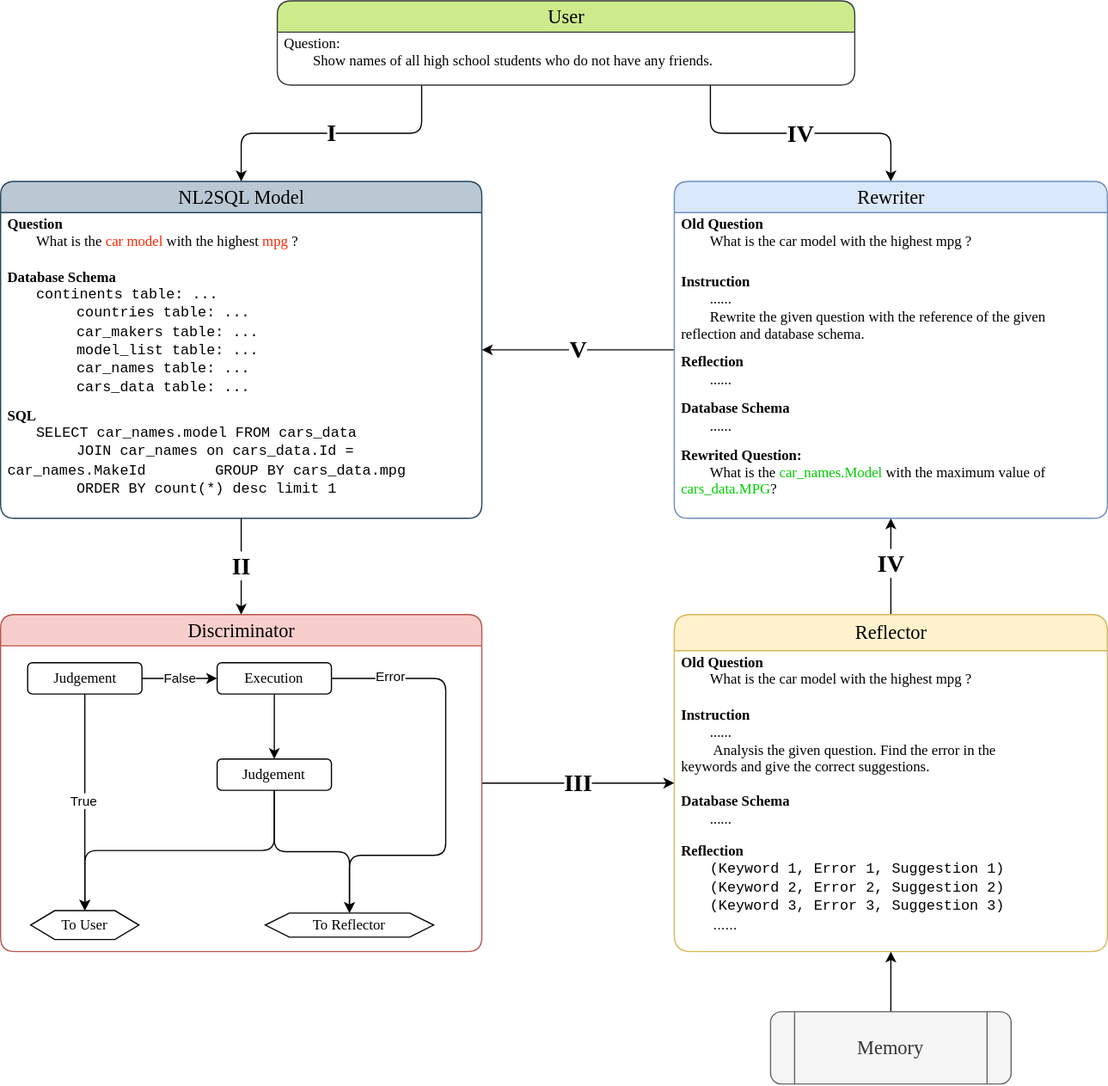
This is rewriter_agents_v240513.drawio.svg from MPX0222/Research-Design-Space, a draw.io export, as it was before one commit. Source tidied: cells renumbered, new cells last; positions are measured from the earlier drawing's top-left corner, leaving out a move shared by most shapes.
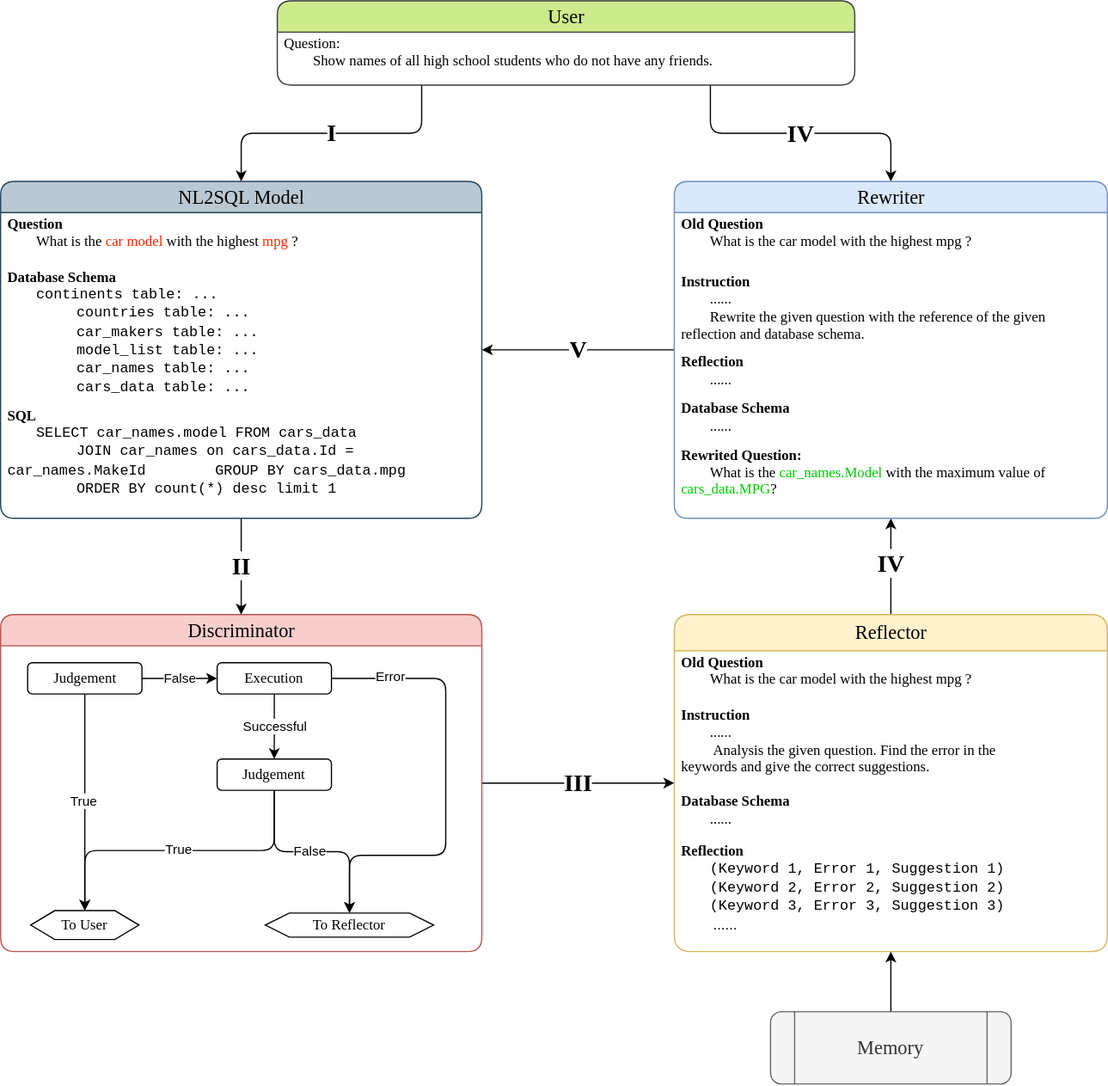
After the change.

Diff of the diagram source:
```diff
@@ -68,7 +68,7 @@
     <mxCell id="20" value="Error" style="edgeLabel;html=1;align=center;verticalAlign=middle;rounded=1;" parent="19" vertex="1">
       <mxGeometry x="-0.74" y="1" relative="1" as="geometry" />
     </mxCell>
-    <mxCell id="21" style="edgeStyle=orthogonalEdgeStyle;rounded=1;jettySize=auto;html=1;entryX=0.5;entryY=0;entryDx=0;entryDy=0;" parent="12" edge="1" source="22" target="25">
+    <mxCell id="21" value="Successful" style="edgeStyle=orthogonalEdgeStyle;rounded=1;jettySize=auto;html=1;entryX=0.5;entryY=0;entryDx=0;entryDy=0;" parent="12" edge="1" source="22" target="25">
       <mxGeometry relative="1" as="geometry" />
     </mxCell>
     <mxCell id="22" value="&lt;font face=&quot;Verdana&quot;&gt;Execution&lt;/font&gt;" style="rounded=1;whiteSpace=wrap;html=1;" parent="12" vertex="1">
@@ -77,9 +77,15 @@
     <mxCell id="23" style="edgeStyle=orthogonalEdgeStyle;rounded=1;jettySize=auto;html=1;exitX=0.5;exitY=1;exitDx=0;exitDy=0;entryX=0.5;entryY=0;entryDx=0;entryDy=0;" parent="12" edge="1" source="25" target="14">
       <mxGeometry relative="1" as="geometry" />
     </mxCell>
+    <mxCell id="49" value="True" style="edgeLabel;html=1;align=center;verticalAlign=middle;rounded=1;" parent="23" vertex="1">
+      <mxGeometry x="0.01" y="-1" relative="1" as="geometry" />
+    </mxCell>
     <mxCell id="24" style="edgeStyle=orthogonalEdgeStyle;rounded=1;jettySize=auto;html=1;exitX=0.5;exitY=1;exitDx=0;exitDy=0;" parent="12" edge="1" source="25" target="26">
       <mxGeometry relative="1" as="geometry" />
     </mxCell>
+    <mxCell id="50" value="False" style="edgeLabel;html=1;align=center;verticalAlign=middle;rounded=1;" parent="24" vertex="1">
+      <mxGeometry x="-0.03" relative="1" as="geometry" />
+    </mxCell>
     <mxCell id="25" value="&lt;font face=&quot;Verdana&quot;&gt;Judgement&lt;/font&gt;" style="rounded=1;whiteSpace=wrap;html=1;" parent="12" vertex="1">
       <mxGeometry x="180" y="94" width="95" height="26" as="geometry" />
     </mxCell>
```
